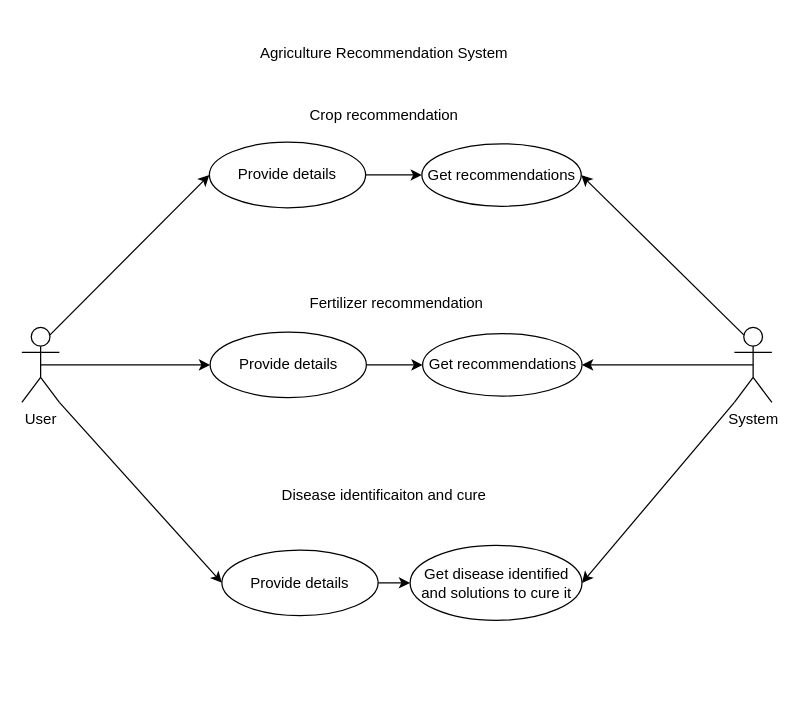
The draw.io diagram page "Use Case Diagram 2" (2 of 3) of docs/Use case and sequence diagrams.drawio in riddhi-narkar/BE-Major-Project, before the edit. Source tidied: cells renumbered, new cells numbered last; positions are measured from the earlier drawing's top-left corner, leaving out a move shared by most shapes. Both pictures are drawn from the tidied source at 125%, with x=0, y=0 at pixel (21, 34).
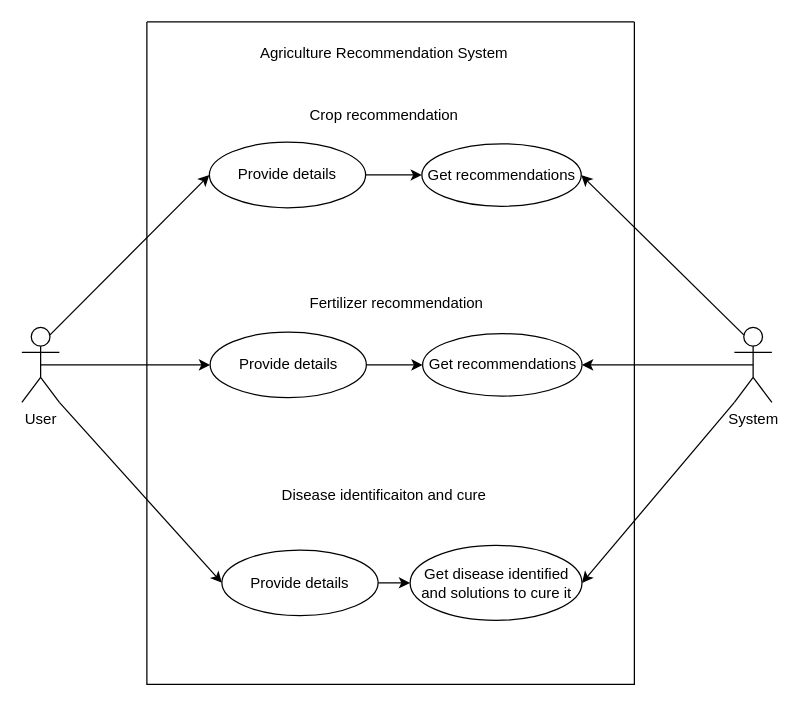
The same page after the edit.

Diff of the diagram source:
```diff
@@
+    <mxCell id="23" style="swimlane;startSize=0;" parent="1" vertex="1">
+      <mxGeometry x="100" y="-10" width="390" height="530" as="geometry" />
+    </mxCell>
```
